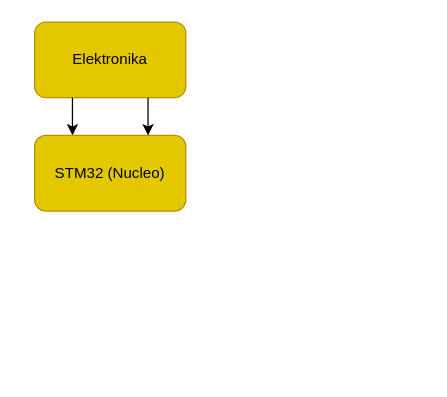
Dexmo-7/myWarmingUp keeps this draw.io diagram as Diagram bez tytułu.drawio. Above is the earlier version. Source tidied: cells renumbered, new cells numbered last; positions are measured from the earlier drawing's top-left corner, leaving out a move shared by most shapes. Both pictures are drawn from the tidied source at 126%, with x=0, y=0 at pixel (34, 21).
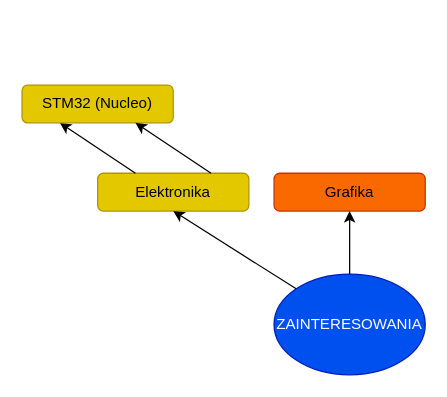
The same page after the edit.

What changed in the source:
```diff
@@
 <mxGraphModel>
   <root>
     <mxCell id="0" />
     <mxCell id="1" parent="0" />
     <mxCell id="2" value="Elektronika" style="rounded=1;whiteSpace=wrap;html=1;fillColor=#e3c800;fontColor=#000000;strokeColor=#B09500;" parent="1" vertex="1">
-      <mxGeometry width="120" height="60" as="geometry" />
+      <mxGeometry x="50" y="120" width="120" height="30" as="geometry" />
     </mxCell>
-    <mxCell id="3" style="endArrow=classic;html=1;rounded=0;exitX=0.25;exitY=1;exitDx=0;exitDy=0;entryX=0.25;entryY=0;entryDx=0;entryDy=0;" parent="1" edge="1" source="2" target="4">
+    <mxCell id="3" style="endArrow=classic;html=1;rounded=0;exitX=0.25;exitY=0;exitDx=0;exitDy=0;entryX=0.25;entryY=1;entryDx=0;entryDy=0;" parent="1" edge="1" source="2" target="4">
       <mxGeometry relative="1" as="geometry" />
     </mxCell>
     <mxCell id="4" value="STM32 (Nucleo)" style="rounded=1;whiteSpace=wrap;html=1;fillColor=#e3c800;fontColor=#000000;strokeColor=#B09500;" parent="1" vertex="1">
-      <mxGeometry y="90" width="120" height="60" as="geometry" />
+      <mxGeometry x="-10" y="50" width="120" height="30" as="geometry" />
     </mxCell>
-    <mxCell id="5" style="endArrow=classic;html=1;rounded=0;exitX=0.75;exitY=1;exitDx=0;exitDy=0;entryX=0.75;entryY=0;entryDx=0;entryDy=0;" parent="1" edge="1" source="2" target="4">
+    <mxCell id="5" style="endArrow=classic;html=1;rounded=0;exitX=0.75;exitY=0;exitDx=0;exitDy=0;entryX=0.75;entryY=1;entryDx=0;entryDy=0;" parent="1" edge="1" source="2" target="4">
       <mxGeometry relative="1" as="geometry" />
     </mxCell>
+    <mxCell id="6" value="Grafika" style="rounded=1;whiteSpace=wrap;html=1;fillColor=#fa6800;fontColor=#000000;strokeColor=#C73500;" parent="1" vertex="1">
+      <mxGeometry x="190" y="120" width="120" height="30" as="geometry" />
+    </mxCell>
+    <mxCell id="7" value="ZAINTERESOWANIA" style="ellipse;whiteSpace=wrap;html=1;fillColor=#0050ef;strokeColor=#001DBC;fontColor=#ffffff;" parent="1" vertex="1">
+      <mxGeometry x="190" y="200" width="120" height="80" as="geometry" />
+    </mxCell>
+    <mxCell id="8" style="endArrow=classic;html=1;rounded=0;exitX=0;exitY=0;exitDx=0;exitDy=0;entryX=0.5;entryY=1;entryDx=0;entryDy=0;" parent="1" edge="1" source="7" target="2">
+      <mxGeometry relative="1" as="geometry" />
+    </mxCell>
+    <mxCell id="9" style="endArrow=classic;html=1;rounded=0;entryX=0.5;entryY=1;entryDx=0;entryDy=0;exitX=0.5;exitY=0;exitDx=0;exitDy=0;" parent="1" edge="1" source="7" target="6">
+      <mxGeometry relative="1" as="geometry" />
+    </mxCell>
   </root>
 </mxGraphModel>
```
